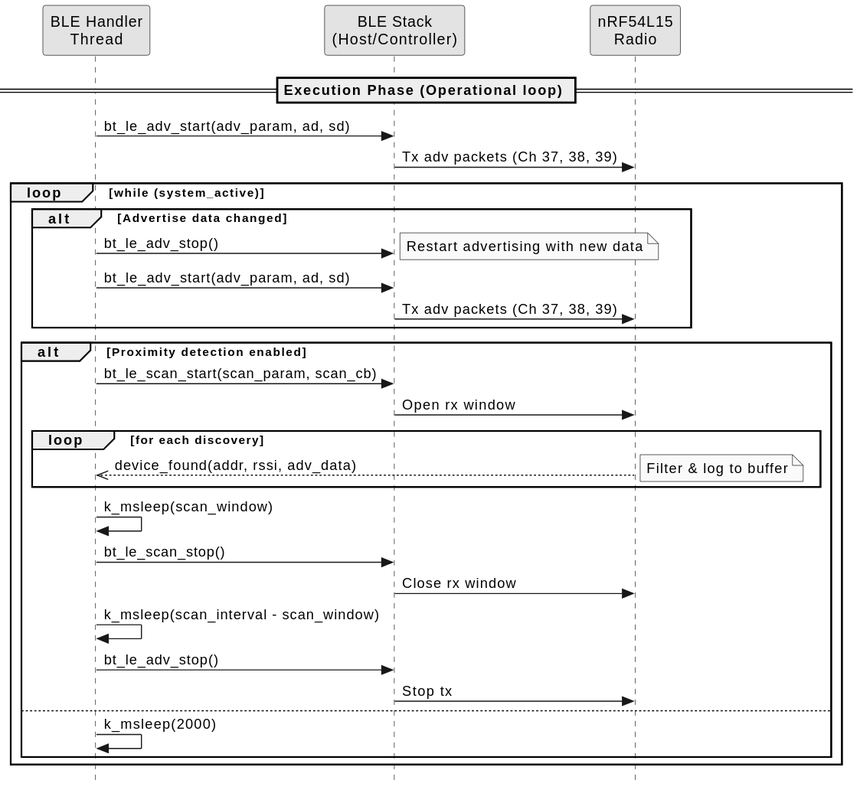
Before: 03-Software/nrf-monkey-main/uml/out/uml/ble/ble-sequence.svg, a diagram exported from PlantUML (DrinkDark/Master_TM_DataCollar).
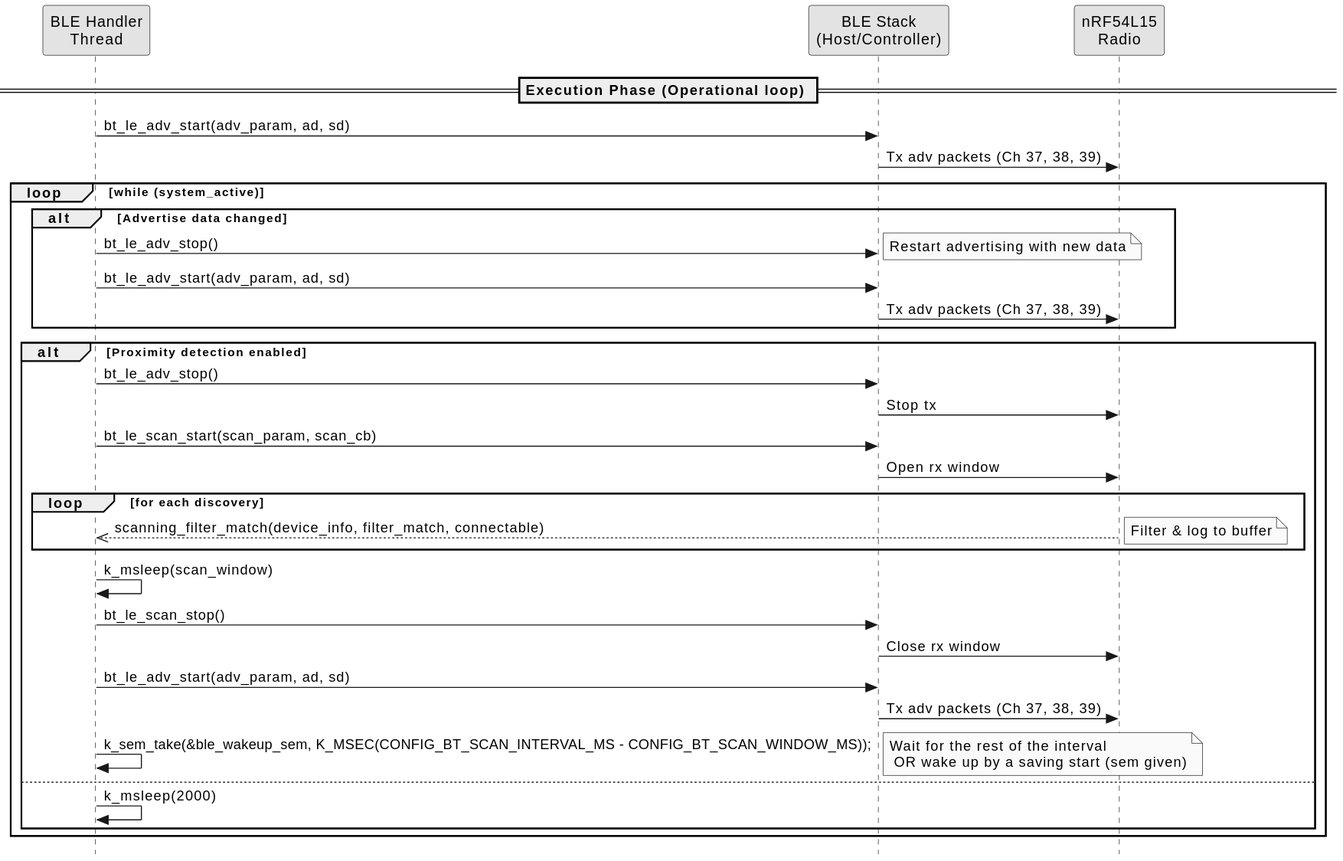
The same file after the commit.

What changed in the source:
```diff
@@ -20,19 +20,22 @@
         S -> HW : Tx adv packets (Ch 37, 38, 39)
     end
     alt Proximity detection enabled
+        APP -> S : bt_le_adv_stop()
+        S -> HW : Stop tx
         APP -> S : bt_le_scan_start(scan_param, scan_cb)
         S -> HW : Open rx window
 
         loop for each discovery
-            HW -->> APP : device_found(addr, rssi, adv_data)
+            HW -->> APP : scanning_filter_match(device_info, filter_match, connectable)
             note right : Filter & log to buffer
         end
         APP -> APP : k_msleep(scan_window)
         APP -> S : bt_le_scan_stop()
         S -> HW : Close rx window
-        APP -> APP : k_msleep(scan_interval - scan_window)
-        APP -> S : bt_le_adv_stop()
-        S -> HW : Stop tx
+        APP -> S : bt_le_adv_start(adv_param, ad, sd)
+        S -> HW : Tx adv packets (Ch 37, 38, 39)
+        APP -> APP : k_sem_take(&ble_wakeup_sem, K_MSEC(CONFIG_BT_SCAN_INTERVAL_MS - CONFIG_BT_SCAN_WINDOW_MS));
+        note right: Wait for the rest of the interval \n OR wake up by a saving start (sem given)
     else
         APP -> APP : k_msleep(2000)
     end
```
